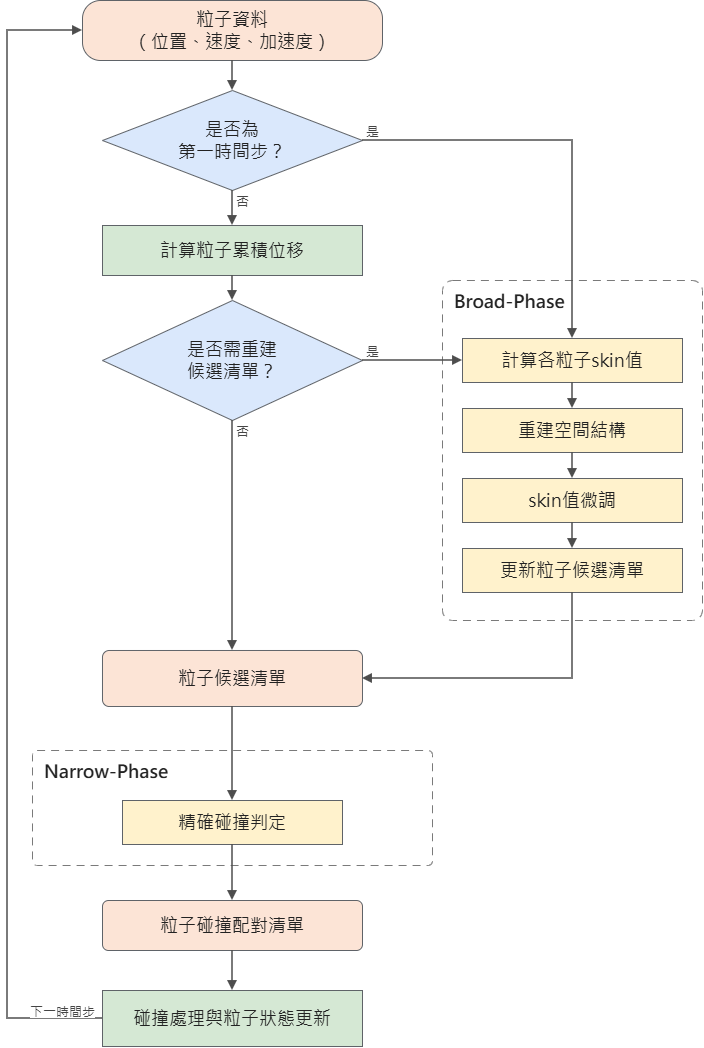
JasonYangCKSH/nbody_initial_project keeps this draw.io diagram as 專題競賽/3. 書面報告/專題流程圖.drawio.png. Above is the earlier version. Source tidied: cells renumbered, new cells last; positions are measured from the earlier drawing's top-left corner, leaving out a move shared by most shapes. Source of this version:
```xml
<mxGraphModel>
  <root>
    <mxCell id="0" />
    <mxCell id="1" parent="0" />
    <mxCell id="2" value="&lt;font style=&quot;font-size: 18px;&quot;&gt;Broad-Phase&lt;/font&gt;" style="rounded=1;arcSize=4;whiteSpace=wrap;html=1;fillColor=none;strokeColor=#7a7a7a;dashed=1;dashPattern=8 6;align=left;spacingLeft=10;verticalAlign=top;spacingTop=4;fontFamily=Microsoft JhengHei;fontSize=12;fontStyle=1;fontColor=#222222;" parent="1" vertex="1">
      <mxGeometry x="435" y="280" width="260" height="340" as="geometry" />
    </mxCell>
    <mxCell id="3" value="&lt;font style=&quot;font-size: 18px;&quot;&gt;Narrow-Phase&lt;/font&gt;" style="rounded=1;arcSize=4;whiteSpace=wrap;html=1;fillColor=none;strokeColor=#7a7a7a;dashed=1;dashPattern=8 6;align=left;spacingLeft=10;verticalAlign=top;spacingTop=4;fontFamily=Microsoft JhengHei;fontSize=12;fontStyle=1;fontColor=#222222;" parent="1" vertex="1">
      <mxGeometry x="25" y="750" width="400" height="115" as="geometry" />
    </mxCell>
    <mxCell id="4" value="&lt;font style=&quot;font-size: 18px;&quot;&gt;粒子資料&lt;br&gt;（位置、速度、加速度）&lt;/font&gt;" style="rounded=1;arcSize=30;whiteSpace=wrap;html=1;fillColor=#fce4d6;strokeColor=#5f6368;fontFamily=Microsoft JhengHei;fontSize=14;fontColor=#222222;" parent="1" vertex="1">
      <mxGeometry x="75" width="300" height="60" as="geometry" />
    </mxCell>
    <mxCell id="5" value="&lt;font style=&quot;font-size: 18px;&quot;&gt;是否為&lt;br&gt;第一時間步？&lt;/font&gt;" style="rhombus;whiteSpace=wrap;html=1;fillColor=#dae8fc;strokeColor=#5f6368;fontFamily=Microsoft JhengHei;fontSize=14;fontColor=#222222;" parent="1" vertex="1">
      <mxGeometry x="95" y="90" width="260" height="100" as="geometry" />
    </mxCell>
    <mxCell id="6" value="&lt;font style=&quot;font-size: 18px;&quot;&gt;計算粒子累積位移&lt;/font&gt;" style="rounded=0;whiteSpace=wrap;html=1;fillColor=#d5e8d4;strokeColor=#5f6368;fontFamily=Microsoft JhengHei;fontSize=14;fontColor=#222222;" parent="1" vertex="1">
      <mxGeometry x="95" y="225" width="260" height="50" as="geometry" />
    </mxCell>
    <mxCell id="7" value="&lt;font style=&quot;font-size: 18px;&quot;&gt;是否需重建&lt;br&gt;候選清單？&lt;/font&gt;" style="rhombus;whiteSpace=wrap;html=1;fillColor=#dae8fc;strokeColor=#5f6368;fontFamily=Microsoft JhengHei;fontSize=14;fontColor=#222222;" parent="1" vertex="1">
      <mxGeometry x="95" y="300" width="260" height="120" as="geometry" />
    </mxCell>
    <mxCell id="8" value="&lt;font style=&quot;font-size: 18px;&quot;&gt;計算各粒子skin值&lt;/font&gt;" style="rounded=0;whiteSpace=wrap;html=1;fillColor=#fff2cc;strokeColor=#5f6368;fontFamily=Microsoft JhengHei;fontSize=14;fontColor=#222222;" parent="1" vertex="1">
      <mxGeometry x="455" y="338" width="220" height="44" as="geometry" />
    </mxCell>
    <mxCell id="9" value="&lt;font style=&quot;font-size: 18px;&quot;&gt;重建空間結構&lt;/font&gt;" style="rounded=0;whiteSpace=wrap;html=1;fillColor=#fff2cc;strokeColor=#5f6368;fontFamily=Microsoft JhengHei;fontSize=14;fontColor=#222222;" parent="1" vertex="1">
      <mxGeometry x="455" y="408" width="220" height="44" as="geometry" />
    </mxCell>
    <mxCell id="10" value="&lt;font style=&quot;font-size: 18px;&quot;&gt;skin值微調&lt;/font&gt;" style="rounded=0;whiteSpace=wrap;html=1;fillColor=#fff2cc;strokeColor=#5f6368;fontFamily=Microsoft JhengHei;fontSize=14;fontColor=#222222;" parent="1" vertex="1">
      <mxGeometry x="455" y="478" width="220" height="44" as="geometry" />
    </mxCell>
    <mxCell id="11" value="&lt;font style=&quot;font-size: 18px;&quot;&gt;更新粒子候選清單&lt;/font&gt;" style="rounded=0;whiteSpace=wrap;html=1;fillColor=#fff2cc;strokeColor=#5f6368;fontFamily=Microsoft JhengHei;fontSize=14;fontColor=#222222;" parent="1" vertex="1">
      <mxGeometry x="455" y="548" width="220" height="44" as="geometry" />
    </mxCell>
    <mxCell id="12" value="&lt;font style=&quot;font-size: 18px;&quot;&gt;粒子候選清單&lt;/font&gt;" style="rounded=1;arcSize=12;whiteSpace=wrap;html=1;fillColor=#fce4d6;strokeColor=#5f6368;fontFamily=Microsoft JhengHei;fontSize=14;fontColor=#222222;" parent="1" vertex="1">
      <mxGeometry x="95" y="650" width="260" height="56" as="geometry" />
    </mxCell>
    <mxCell id="13" value="&lt;font style=&quot;font-size: 18px;&quot;&gt;精確碰撞判定&lt;/font&gt;" style="rounded=0;whiteSpace=wrap;html=1;fillColor=#fff2cc;strokeColor=#5f6368;fontFamily=Microsoft JhengHei;fontSize=14;fontColor=#222222;" parent="1" vertex="1">
      <mxGeometry x="115" y="800" width="220" height="44" as="geometry" />
    </mxCell>
    <mxCell id="14" value="&lt;font style=&quot;font-size: 18px;&quot;&gt;粒子碰撞配對清單&lt;/font&gt;" style="rounded=1;arcSize=12;whiteSpace=wrap;html=1;fillColor=#fce4d6;strokeColor=#5f6368;fontFamily=Microsoft JhengHei;fontSize=14;fontColor=#222222;" parent="1" vertex="1">
      <mxGeometry x="95" y="900" width="260" height="50" as="geometry" />
    </mxCell>
    <mxCell id="15" value="&lt;font style=&quot;font-size: 18px;&quot;&gt;碰撞處理與粒子狀態更新&lt;/font&gt;" style="rounded=0;whiteSpace=wrap;html=1;fillColor=#d5e8d4;strokeColor=#5f6368;fontFamily=Microsoft JhengHei;fontSize=14;fontColor=#222222;" parent="1" vertex="1">
      <mxGeometry x="95" y="990" width="260" height="56" as="geometry" />
    </mxCell>
    <mxCell id="16" style="edgeStyle=orthogonalEdgeStyle;rounded=0;html=1;strokeColor=#4d4d4d;strokeWidth=1.5;endArrow=block;endFill=1;fontFamily=Microsoft JhengHei;fontSize=13;fontColor=#444444;labelBackgroundColor=#ffffff;exitX=0.500;exitY=1.000;exitDx=0;exitDy=0;entryX=0.500;entryY=0.000;entryDx=0;entryDy=0;" parent="1" edge="1" source="4" target="5">
      <mxGeometry relative="1" as="geometry" />
    </mxCell>
    <mxCell id="17" value="是" style="edgeStyle=orthogonalEdgeStyle;rounded=0;html=1;strokeColor=#4d4d4d;strokeWidth=1.5;endArrow=block;endFill=1;fontFamily=Microsoft JhengHei;fontSize=13;fontColor=#444444;labelBackgroundColor=#ffffff;exitX=1.000;exitY=0.500;exitDx=0;exitDy=0;entryX=0.500;entryY=0.000;entryDx=0;entryDy=0;" parent="1" edge="1" source="5" target="8">
      <mxGeometry x="-0.95" y="10" relative="1" as="geometry">
        <Array as="points">
          <mxPoint x="565" y="140" />
        </Array>
      </mxGeometry>
    </mxCell>
    <mxCell id="18" value="否" style="edgeStyle=orthogonalEdgeStyle;rounded=0;html=1;strokeColor=#4d4d4d;strokeWidth=1.5;endArrow=block;endFill=1;fontFamily=Microsoft JhengHei;fontSize=13;fontColor=#444444;labelBackgroundColor=#ffffff;exitX=0.500;exitY=1.000;exitDx=0;exitDy=0;entryX=0.500;entryY=0.000;entryDx=0;entryDy=0;" parent="1" edge="1" source="5" target="6">
      <mxGeometry x="-0.43" y="10" relative="1" as="geometry" />
    </mxCell>
    <mxCell id="19" style="edgeStyle=orthogonalEdgeStyle;rounded=0;html=1;strokeColor=#4d4d4d;strokeWidth=1.5;endArrow=block;endFill=1;fontFamily=Microsoft JhengHei;fontSize=13;fontColor=#444444;labelBackgroundColor=#ffffff;exitX=0.500;exitY=1.000;exitDx=0;exitDy=0;entryX=0.500;entryY=0.000;entryDx=0;entryDy=0;" parent="1" edge="1" source="6" target="7">
      <mxGeometry relative="1" as="geometry" />
    </mxCell>
    <mxCell id="20" value="是" style="edgeStyle=orthogonalEdgeStyle;rounded=0;html=1;strokeColor=#4d4d4d;strokeWidth=1.5;endArrow=block;endFill=1;fontFamily=Microsoft JhengHei;fontSize=13;fontColor=#444444;labelBackgroundColor=#ffffff;exitX=1.000;exitY=0.500;exitDx=0;exitDy=0;entryX=0.000;entryY=0.500;entryDx=0;entryDy=0;" parent="1" edge="1" source="7" target="8">
      <mxGeometry x="-0.8" y="10" relative="1" as="geometry" />
    </mxCell>
    <mxCell id="21" style="edgeStyle=orthogonalEdgeStyle;rounded=0;html=1;strokeColor=#4d4d4d;strokeWidth=1.5;endArrow=block;endFill=1;fontFamily=Microsoft JhengHei;fontSize=13;fontColor=#444444;labelBackgroundColor=#ffffff;exitX=0.500;exitY=1.000;exitDx=0;exitDy=0;entryX=0.500;entryY=0.000;entryDx=0;entryDy=0;" parent="1" edge="1" source="8" target="9">
      <mxGeometry relative="1" as="geometry" />
    </mxCell>
    <mxCell id="22" style="edgeStyle=orthogonalEdgeStyle;rounded=0;html=1;strokeColor=#4d4d4d;strokeWidth=1.5;endArrow=block;endFill=1;fontFamily=Microsoft JhengHei;fontSize=13;fontColor=#444444;labelBackgroundColor=#ffffff;exitX=0.500;exitY=1.000;exitDx=0;exitDy=0;entryX=0.500;entryY=0.000;entryDx=0;entryDy=0;" parent="1" edge="1" source="9" target="10">
      <mxGeometry relative="1" as="geometry" />
    </mxCell>
    <mxCell id="23" style="edgeStyle=orthogonalEdgeStyle;rounded=0;html=1;strokeColor=#4d4d4d;strokeWidth=1.5;endArrow=block;endFill=1;fontFamily=Microsoft JhengHei;fontSize=13;fontColor=#444444;labelBackgroundColor=#ffffff;exitX=0.500;exitY=1.000;exitDx=0;exitDy=0;entryX=0.500;entryY=0.000;entryDx=0;entryDy=0;" parent="1" edge="1" source="10" target="11">
      <mxGeometry relative="1" as="geometry" />
    </mxCell>
    <mxCell id="24" style="edgeStyle=orthogonalEdgeStyle;rounded=0;html=1;strokeColor=#4d4d4d;strokeWidth=1.5;endArrow=block;endFill=1;fontFamily=Microsoft JhengHei;fontSize=13;fontColor=#444444;labelBackgroundColor=#ffffff;exitX=0.500;exitY=1.000;exitDx=0;exitDy=0;entryX=1.000;entryY=0.500;entryDx=0;entryDy=0;" parent="1" edge="1" source="11" target="12">
      <mxGeometry relative="1" as="geometry">
        <Array as="points">
          <mxPoint x="565" y="678" />
        </Array>
      </mxGeometry>
    </mxCell>
    <mxCell id="25" value="否" style="edgeStyle=orthogonalEdgeStyle;rounded=0;html=1;strokeColor=#4d4d4d;strokeWidth=1.5;endArrow=block;endFill=1;fontFamily=Microsoft JhengHei;fontSize=13;fontColor=#444444;labelBackgroundColor=#ffffff;exitX=0.500;exitY=1.000;exitDx=0;exitDy=0;entryX=0.500;entryY=0.000;entryDx=0;entryDy=0;" parent="1" edge="1" source="7" target="12">
      <mxGeometry x="-0.91" y="10" relative="1" as="geometry" />
    </mxCell>
    <mxCell id="26" style="edgeStyle=orthogonalEdgeStyle;rounded=0;html=1;strokeColor=#4d4d4d;strokeWidth=1.5;endArrow=block;endFill=1;fontFamily=Microsoft JhengHei;fontSize=13;fontColor=#444444;labelBackgroundColor=#ffffff;exitX=0.500;exitY=1.000;exitDx=0;exitDy=0;entryX=0.500;entryY=0.000;entryDx=0;entryDy=0;" parent="1" edge="1" source="12" target="13">
      <mxGeometry relative="1" as="geometry" />
    </mxCell>
    <mxCell id="27" style="edgeStyle=orthogonalEdgeStyle;rounded=0;html=1;strokeColor=#4d4d4d;strokeWidth=1.5;endArrow=block;endFill=1;fontFamily=Microsoft JhengHei;fontSize=13;fontColor=#444444;labelBackgroundColor=#ffffff;exitX=0.500;exitY=1.000;exitDx=0;exitDy=0;entryX=0.500;entryY=0.000;entryDx=0;entryDy=0;" parent="1" edge="1" source="13" target="14">
      <mxGeometry relative="1" as="geometry" />
    </mxCell>
    <mxCell id="28" style="edgeStyle=orthogonalEdgeStyle;rounded=0;html=1;strokeColor=#4d4d4d;strokeWidth=1.5;endArrow=block;endFill=1;fontFamily=Microsoft JhengHei;fontSize=13;fontColor=#444444;labelBackgroundColor=#ffffff;exitX=0.500;exitY=1.000;exitDx=0;exitDy=0;entryX=0.500;entryY=0.000;entryDx=0;entryDy=0;" parent="1" edge="1" source="14" target="15">
      <mxGeometry relative="1" as="geometry" />
    </mxCell>
    <mxCell id="29" value="下一時間步" style="edgeStyle=orthogonalEdgeStyle;rounded=0;html=1;strokeColor=#4d4d4d;strokeWidth=1.5;endArrow=block;endFill=1;fontFamily=Microsoft JhengHei;fontSize=13;fontColor=#444444;labelBackgroundColor=#ffffff;exitX=0.000;exitY=0.500;exitDx=0;exitDy=0;entryX=0.000;entryY=0.500;entryDx=0;entryDy=0;" parent="1" edge="1" source="15" target="4">
      <mxGeometry x="-0.93" y="-8" relative="1" as="geometry">
        <Array as="points">
          <mxPoint y="1018" />
          <mxPoint y="30" />
        </Array>
      </mxGeometry>
    </mxCell>
  </root>
</mxGraphModel>
```
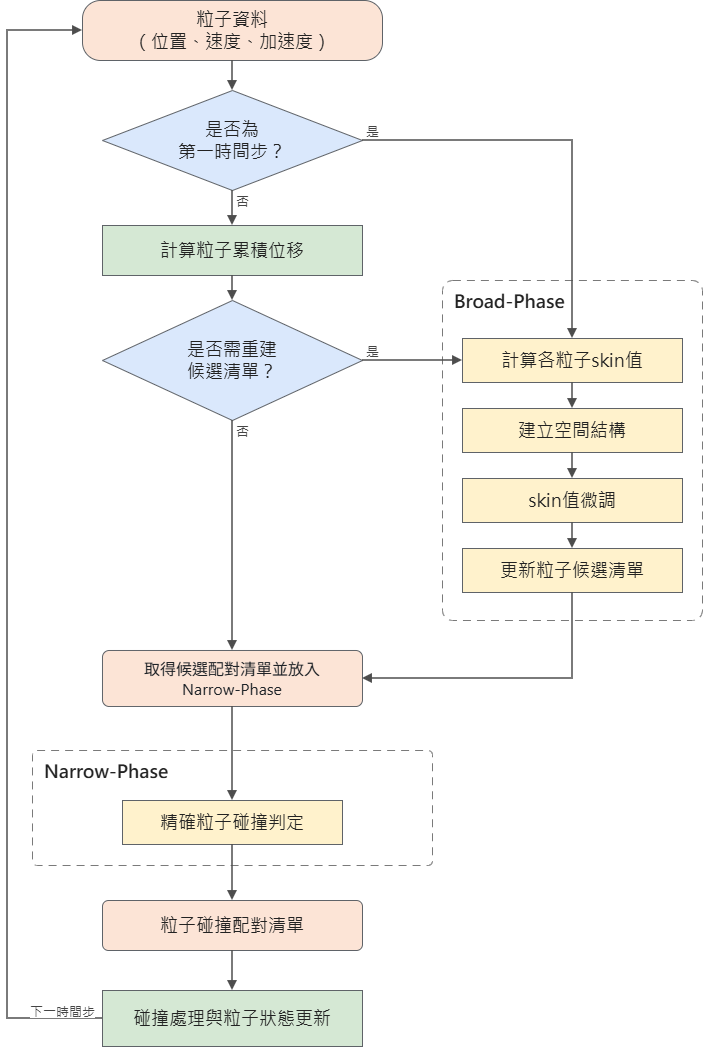
The same diagram one commit later.

Diff of the diagram source:
```diff
@@ -23,7 +23,7 @@
     <mxCell id="8" value="&lt;font style=&quot;font-size: 18px;&quot;&gt;計算各粒子skin值&lt;/font&gt;" style="rounded=0;whiteSpace=wrap;html=1;fillColor=#fff2cc;strokeColor=#5f6368;fontFamily=Microsoft JhengHei;fontSize=14;fontColor=#222222;" parent="1" vertex="1">
       <mxGeometry x="455" y="338" width="220" height="44" as="geometry" />
     </mxCell>
-    <mxCell id="9" value="&lt;font style=&quot;font-size: 18px;&quot;&gt;重建空間結構&lt;/font&gt;" style="rounded=0;whiteSpace=wrap;html=1;fillColor=#fff2cc;strokeColor=#5f6368;fontFamily=Microsoft JhengHei;fontSize=14;fontColor=#222222;" parent="1" vertex="1">
+    <mxCell id="9" value="&lt;font style=&quot;font-size: 18px;&quot;&gt;建立空間結構&lt;/font&gt;" style="rounded=0;whiteSpace=wrap;html=1;fillColor=#fff2cc;strokeColor=#5f6368;fontFamily=Microsoft JhengHei;fontSize=14;fontColor=#222222;" parent="1" vertex="1">
       <mxGeometry x="455" y="408" width="220" height="44" as="geometry" />
     </mxCell>
     <mxCell id="10" value="&lt;font style=&quot;font-size: 18px;&quot;&gt;skin值微調&lt;/font&gt;" style="rounded=0;whiteSpace=wrap;html=1;fillColor=#fff2cc;strokeColor=#5f6368;fontFamily=Microsoft JhengHei;fontSize=14;fontColor=#222222;" parent="1" vertex="1">
@@ -32,10 +32,10 @@
     <mxCell id="11" value="&lt;font style=&quot;font-size: 18px;&quot;&gt;更新粒子候選清單&lt;/font&gt;" style="rounded=0;whiteSpace=wrap;html=1;fillColor=#fff2cc;strokeColor=#5f6368;fontFamily=Microsoft JhengHei;fontSize=14;fontColor=#222222;" parent="1" vertex="1">
       <mxGeometry x="455" y="548" width="220" height="44" as="geometry" />
     </mxCell>
-    <mxCell id="12" value="&lt;font style=&quot;font-size: 18px;&quot;&gt;粒子候選清單&lt;/font&gt;" style="rounded=1;arcSize=12;whiteSpace=wrap;html=1;fillColor=#fce4d6;strokeColor=#5f6368;fontFamily=Microsoft JhengHei;fontSize=14;fontColor=#222222;" parent="1" vertex="1">
+    <mxCell id="12" value="&lt;div style=&quot;&quot;&gt;&lt;font color=&quot;#1f2328&quot; face=&quot;Mona Sans VF, -apple-system, BlinkMacSystemFont, Segoe UI, Noto Sans Backtick Fix, Noto Sans, Helvetica, Arial, sans-serif, Apple Color Emoji, Segoe UI Emoji&quot;&gt;&lt;span style=&quot;font-size: 16px;&quot;&gt;取得候選配對清單並放入&lt;/span&gt;&lt;/font&gt;&lt;/div&gt;&lt;div style=&quot;&quot;&gt;&lt;font color=&quot;#1f2328&quot; face=&quot;Mona Sans VF, -apple-system, BlinkMacSystemFont, Segoe UI, Noto Sans Backtick Fix, Noto Sans, Helvetica, Arial, sans-serif, Apple Color Emoji, Segoe UI Emoji&quot;&gt;&lt;span style=&quot;font-size: 16px;&quot;&gt;Narrow-Phase&lt;/span&gt;&lt;/font&gt;&lt;/div&gt;" style="rounded=1;arcSize=12;whiteSpace=wrap;html=1;fillColor=#fce4d6;strokeColor=#5f6368;fontFamily=Microsoft JhengHei;fontSize=14;fontColor=#222222;align=center;" parent="1" vertex="1">
       <mxGeometry x="95" y="650" width="260" height="56" as="geometry" />
     </mxCell>
-    <mxCell id="13" value="&lt;font style=&quot;font-size: 18px;&quot;&gt;精確碰撞判定&lt;/font&gt;" style="rounded=0;whiteSpace=wrap;html=1;fillColor=#fff2cc;strokeColor=#5f6368;fontFamily=Microsoft JhengHei;fontSize=14;fontColor=#222222;" parent="1" vertex="1">
+    <mxCell id="13" value="&lt;font style=&quot;font-size: 18px;&quot;&gt;精確粒子&lt;/font&gt;&lt;span style=&quot;font-size: 18px; background-color: transparent; color: light-dark(rgb(34, 34, 34), rgb(208, 208, 208));&quot;&gt;碰撞判定&lt;/span&gt;" style="rounded=0;whiteSpace=wrap;html=1;fillColor=#fff2cc;strokeColor=#5f6368;fontFamily=Microsoft JhengHei;fontSize=14;fontColor=#222222;" parent="1" vertex="1">
       <mxGeometry x="115" y="800" width="220" height="44" as="geometry" />
     </mxCell>
     <mxCell id="14" value="&lt;font style=&quot;font-size: 18px;&quot;&gt;粒子碰撞配對清單&lt;/font&gt;" style="rounded=1;arcSize=12;whiteSpace=wrap;html=1;fillColor=#fce4d6;strokeColor=#5f6368;fontFamily=Microsoft JhengHei;fontSize=14;fontColor=#222222;" parent="1" vertex="1">
```
